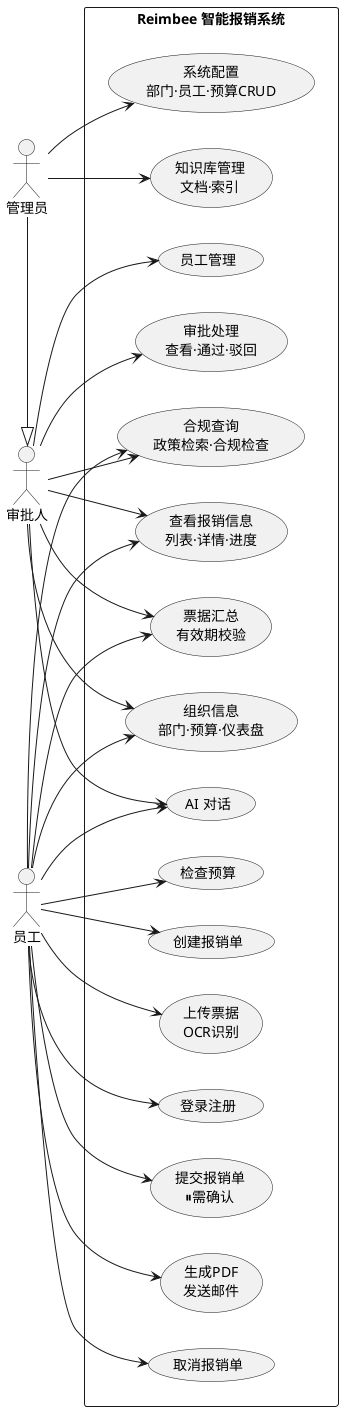
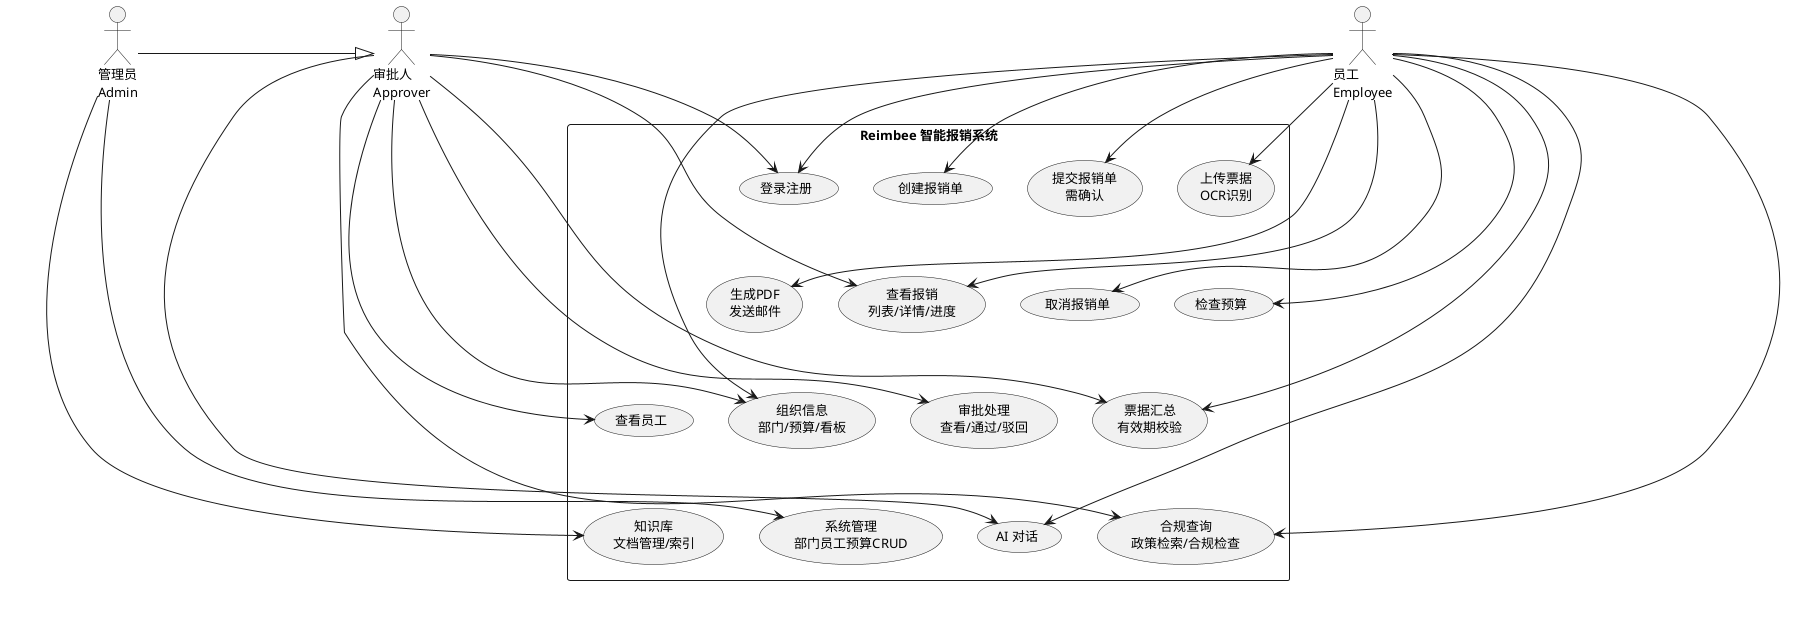
@startuml
skinparam backgroundColor #FFFFFF
skinparam defaultFontName Arial
- skinparam defaultFontSize 14
- left to right direction
- skinparam packageStyle rectangle
+ skinparam defaultFontSize 13

- actor "员工" as Emp
- actor "审批人" as App
- actor "管理员" as Adm
+ actor "员工\nEmployee" as Emp
+ actor "审批人\nApprover" as App
+ actor "管理员\nAdmin" as Adm

Adm -|> App

rectangle "Reimbee 智能报销系统" {

-   together {
-     usecase "登录注册" as Auth
+   usecase "登录注册" as UC0

-     usecase "上传票据\nOCR识别" as UC1
-     usecase "创建报销单" as UC2
-     usecase "提交报销单\n⏸需确认" as UC3
-     usecase "取消报销单" as UC4
-     usecase "检查预算" as UC5
-     usecase "生成PDF\n发送邮件" as UC6
+   usecase "上传票据\nOCR识别" as UC1
+   usecase "创建报销单" as UC2
+   usecase "提交报销单\n需确认" as UC3
+   usecase "取消报销单" as UC4

-     usecase "查看报销信息\n列表·详情·进度" as UC7
-     usecase "票据汇总\n有效期校验" as UC8
+   usecase "检查预算" as UC5
+   usecase "生成PDF\n发送邮件" as UC6
+   usecase "查看报销\n列表/详情/进度" as UC7
+   usecase "票据汇总\n有效期校验" as UC8

-     usecase "审批处理\n查看·通过·驳回" as UC9
+   usecase "审批处理\n查看/通过/驳回" as UC9
+   usecase "查看员工" as UC10
+   usecase "组织信息\n部门/预算/看板" as UC11

-     usecase "组织信息\n部门·预算·仪表盘" as UC10
-     usecase "员工管理" as UC11
+   usecase "系统管理\n部门员工预算CRUD" as UC12
+   usecase "合规查询\n政策检索/合规检查" as UC13
+   usecase "知识库\n文档管理/索引" as UC14
+   usecase "AI 对话" as UC15

-     usecase "系统配置\n部门·员工·预算CRUD" as UC12
+   ' 4x4 grid
+   UC0 -[hidden]right- UC1
+   UC1 -[hidden]right- UC2
+   UC2 -[hidden]right- UC3

-     usecase "合规查询\n政策检索·合规检查" as UC13
-     usecase "知识库管理\n文档·索引" as UC14
+   UC4 -[hidden]right- UC5
+   UC5 -[hidden]right- UC6
+   UC6 -[hidden]right- UC7

-     usecase "AI 对话" as UC15
-   }
+   UC8 -[hidden]right- UC9
+   UC9 -[hidden]right- UC10
+   UC10 -[hidden]right- UC11
+ 
+   UC12 -[hidden]right- UC13
+   UC13 -[hidden]right- UC14
+   UC14 -[hidden]right- UC15
+ 
+   UC0 -[hidden]down- UC4
+   UC1 -[hidden]down- UC5
+   UC2 -[hidden]down- UC6
+   UC3 -[hidden]down- UC7
+ 
+   UC4 -[hidden]down- UC8
+   UC5 -[hidden]down- UC9
+   UC6 -[hidden]down- UC10
+   UC7 -[hidden]down- UC11
+ 
+   UC8 -[hidden]down- UC12
+   UC9 -[hidden]down- UC13
+   UC10 -[hidden]down- UC14
+   UC11 -[hidden]down- UC15
}

- ' Employee
- Emp --> Auth
+ Emp --> UC0
Emp --> UC1
Emp --> UC2
Emp --> UC3
Emp --> UC4
Emp --> UC5
Emp --> UC6
Emp --> UC7
Emp --> UC8
- Emp --> UC10
+ Emp --> UC11
Emp --> UC13
Emp --> UC15

- ' Approver
+ App --> UC0
App --> UC7
App --> UC8
App --> UC9
App --> UC10
App --> UC11
App --> UC13
App --> UC15

- ' Admin exclusive
Adm --> UC12
Adm --> UC14

- ' Layout hints
- Auth -[hidden]right- UC1
- UC1 -[hidden]right- UC2
- UC2 -[hidden]right- UC3
- UC7 -[hidden]right- UC9
- UC9 -[hidden]right- UC12
- UC10 -[hidden]right- UC11
- UC13 -[hidden]right- UC14
- 
@enduml
